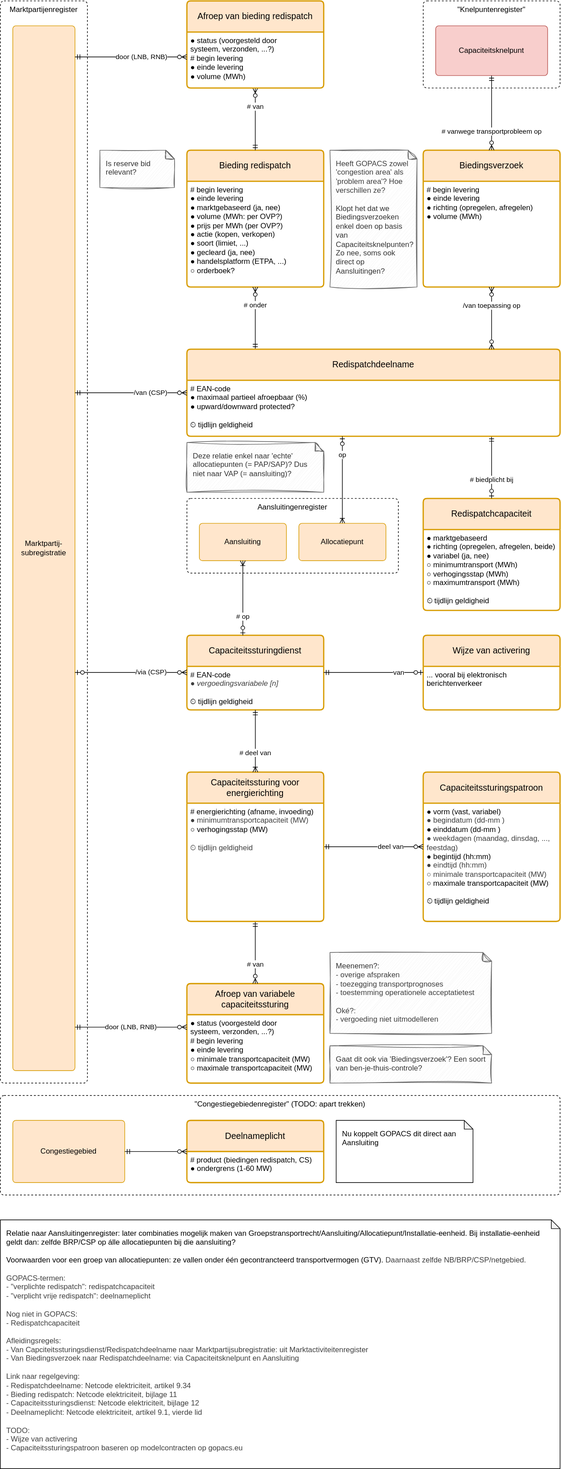
Above: registers/congestiebeheersdienstenregister/1.0/congestiebeheersdienstenregister.drawio.svg in Netbeheer-Nederland/stelsel (draw.io), before the change. Source tidied: cells renumbered, new cells last; positions are measured from the earlier drawing's top-left corner, leaving out a move shared by most shapes.
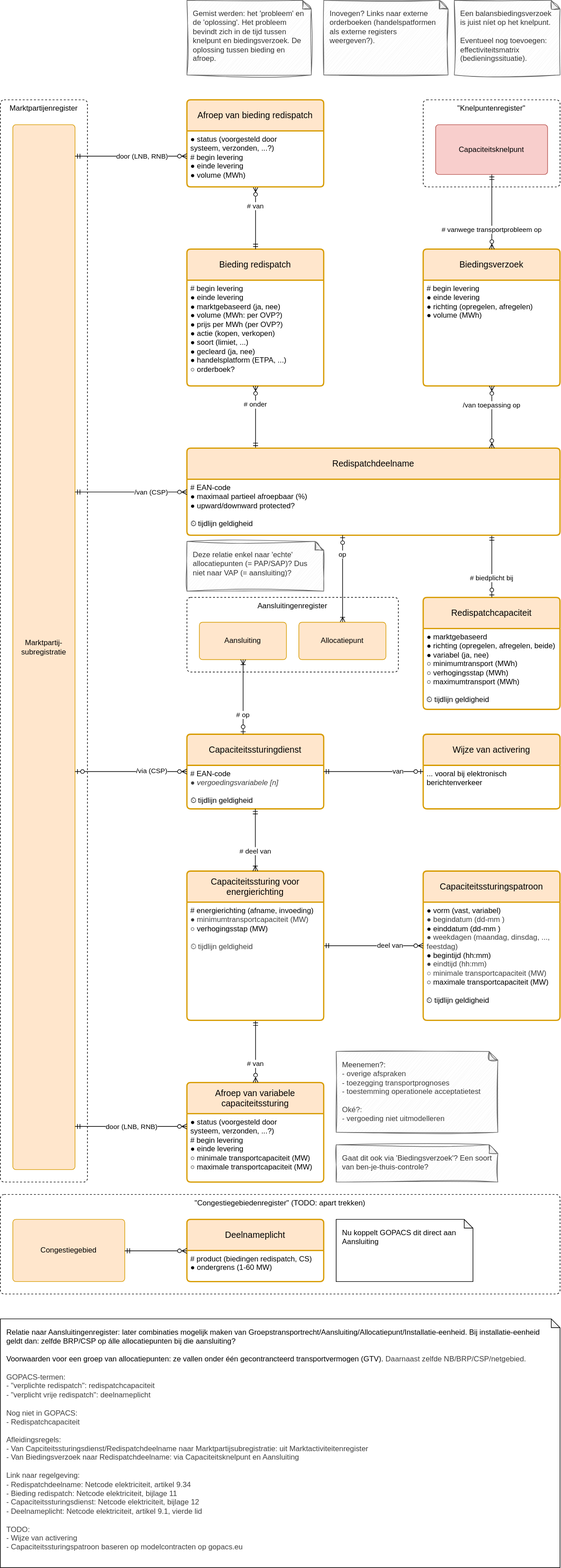
Above is the later version.

Commit message:
na overleg met redispatch-groep

Diff of the diagram source:
```diff
@@ -135,12 +135,9 @@
     <mxCell id="42" value="/van toepassing op" style="endArrow=ERzeroToMany;html=1;rounded=0;fontFamily=Helvetica;fontSize=11;startSize=6;endSize=6;sourcePerimeterSpacing=0;targetPerimeterSpacing=0;endFill=0;startArrow=ERzeroToMany;startFill=0;edgeStyle=elbowEdgeStyle;align=center;" parent="1" edge="1" source="28" target="15">
       <mxGeometry x="-0.4" relative="1" as="geometry" />
     </mxCell>
-    <mxCell id="43" value="&lt;div&gt;&lt;span style=&quot;color: rgb(63, 63, 63);&quot;&gt;Heeft GOPACS zowel 'congestion area' als 'problem area'? Hoe verschillen ze?&lt;/span&gt;&lt;span style=&quot;background-color: transparent;&quot;&gt;&lt;/span&gt;&lt;/div&gt;&lt;div&gt;&lt;span style=&quot;background-color: transparent;&quot;&gt;&lt;br&gt;&lt;/span&gt;&lt;/div&gt;&lt;div&gt;&lt;span style=&quot;background-color: transparent;&quot;&gt;Klopt het dat we Biedingsverzoeken enkel doen op basis van Capaciteitsknelpunten? Zo nee, soms ook direct op Aansluitingen?&lt;/span&gt;&lt;/div&gt;" style="shape=note;whiteSpace=wrap;html=1;backgroundOutline=1;darkOpacity=0.05;size=14;align=left;verticalAlign=top;spacing=10;sketch=1;curveFitting=1;jiggle=2;fillColor=#f5f5f5;fontColor=#333333;strokeColor=#666666;" parent="1" vertex="1">
-      <mxGeometry x="530" y="240" width="140" height="220" as="geometry" />
+    <mxCell id="43" value="&lt;div&gt;Een balansbiedingsverzoek is juist níet op het knelpunt.&lt;/div&gt;&lt;div&gt;&lt;br&gt;&lt;/div&gt;&lt;div&gt;Eventueel nog toevoegen: effectiviteitsmatrix (bedieningssituatie).&lt;/div&gt;" style="shape=note;whiteSpace=wrap;html=1;backgroundOutline=1;darkOpacity=0.05;size=14;align=left;verticalAlign=top;spacing=10;sketch=1;curveFitting=1;jiggle=2;fillColor=#f5f5f5;fontColor=#333333;strokeColor=#666666;" parent="1" vertex="1">
+      <mxGeometry x="730" y="-160" width="170" height="120" as="geometry" />
     </mxCell>
-    <mxCell id="44" value="Is &lt;a href=&quot;https://eepublicdownloads.entsoe.eu/clean-documents/EDI/Library/cim_based/schema/Reserve_bid_document_UML_model_and_schema_v1.2.pdf&quot;&gt;reserve bid&lt;/a&gt; relevant?" style="shape=note;whiteSpace=wrap;html=1;backgroundOutline=1;darkOpacity=0.05;size=14;align=left;verticalAlign=top;spacing=10;sketch=1;curveFitting=1;jiggle=2;fillColor=#f5f5f5;fontColor=#333333;strokeColor=#666666;" parent="1" vertex="1">
-      <mxGeometry x="160" y="240" width="120" height="60" as="geometry" />
-    </mxCell>
     <mxCell id="45" value="Allocatiepunt" style="rounded=1;arcSize=10;whiteSpace=wrap;html=1;align=center;hachureGap=4;fontFamily=Helvetica;fillColor=#ffe6cc;strokeColor=#d79b00;absoluteArcSize=1;spacing=10;" parent="1" vertex="1">
       <mxGeometry x="480" y="840" width="140" height="60" as="geometry" />
     </mxCell>
@@ -163,7 +160,7 @@
       <mxGeometry x="540" y="1800" width="220" height="100" as="geometry" />
     </mxCell>
     <mxCell id="52" value="&lt;div&gt;Gaat dit ook via 'Biedingsverzoek'? Een soort van ben-je-thuis-controle?&lt;/div&gt;" style="shape=note;whiteSpace=wrap;html=1;backgroundOutline=1;darkOpacity=0.05;size=14;align=left;verticalAlign=top;spacing=10;sketch=1;curveFitting=1;jiggle=2;fillColor=#f5f5f5;fontColor=#333333;strokeColor=#666666;" parent="1" vertex="1">
-      <mxGeometry x="530" y="1680" width="260" height="60" as="geometry" />
+      <mxGeometry x="540" y="1680" width="260" height="60" as="geometry" />
     </mxCell>
     <mxCell id="53" value="&lt;div&gt;Deze relatie enkel naar 'echte' allocatiepunten (= PAP/SAP)? Dus niet naar VAP (= aansluiting)?&lt;/div&gt;" style="shape=note;whiteSpace=wrap;html=1;backgroundOutline=1;darkOpacity=0.05;size=14;align=left;verticalAlign=top;spacing=10;sketch=1;curveFitting=1;jiggle=2;fillColor=#f5f5f5;fontColor=#333333;strokeColor=#666666;" parent="1" vertex="1">
       <mxGeometry x="300" y="710" width="220" height="80" as="geometry" />
@@ -172,7 +169,13 @@
       <mxGeometry x="-0.62" relative="1" as="geometry" />
     </mxCell>
     <mxCell id="55" value="&lt;div&gt;Meenemen?:&lt;/div&gt;&lt;div&gt;&lt;span style=&quot;color: rgb(63, 63, 63); background-color: transparent;&quot;&gt;- overige afspraken&lt;/span&gt;&lt;/div&gt;&lt;div&gt;&lt;span style=&quot;color: rgb(63, 63, 63); background-color: transparent;&quot;&gt;- toezegging transportprognoses&lt;/span&gt;&lt;/div&gt;&lt;div&gt;&lt;span style=&quot;color: rgb(63, 63, 63); background-color: transparent;&quot;&gt;- toestemming operationele acceptatietest&lt;/span&gt;&lt;/div&gt;&lt;div&gt;&lt;span style=&quot;color: rgb(63, 63, 63); background-color: transparent;&quot;&gt;&lt;br&gt;&lt;/span&gt;&lt;/div&gt;&lt;div&gt;&lt;span style=&quot;color: rgb(63, 63, 63); background-color: transparent;&quot;&gt;Oké?:&lt;/span&gt;&lt;/div&gt;&lt;div&gt;&lt;span style=&quot;color: rgb(63, 63, 63); background-color: transparent;&quot;&gt;- vergoeding niet uitmodelleren&lt;/span&gt;&lt;/div&gt;" style="shape=note;whiteSpace=wrap;html=1;backgroundOutline=1;darkOpacity=0.05;size=14;align=left;verticalAlign=top;spacing=10;sketch=1;curveFitting=1;jiggle=2;fillColor=#f5f5f5;fontColor=#333333;strokeColor=#666666;" parent="1" vertex="1">
-      <mxGeometry x="530" y="1530" width="260" height="130" as="geometry" />
+      <mxGeometry x="540" y="1530" width="260" height="130" as="geometry" />
     </mxCell>
+    <mxCell id="56" value="Gemist werden: het 'probleem' en de 'oplossing'. Het probleem bevindt zich in de tijd tussen knelpunt en biedingsverzoek. De oplossing tussen bieding en afroep." style="shape=note;whiteSpace=wrap;html=1;backgroundOutline=1;darkOpacity=0.05;size=14;align=left;verticalAlign=top;spacing=10;sketch=1;curveFitting=1;jiggle=2;fillColor=#f5f5f5;fontColor=#333333;strokeColor=#666666;" parent="1" vertex="1">
+      <mxGeometry x="300" y="-160" width="200" height="120" as="geometry" />
+    </mxCell>
+    <mxCell id="57" value="Inovegen? Links naar externe orderboeken (handelspatformen als externe registers weergeven?)." style="shape=note;whiteSpace=wrap;html=1;backgroundOutline=1;darkOpacity=0.05;size=14;align=left;verticalAlign=top;spacing=10;sketch=1;curveFitting=1;jiggle=2;fillColor=#f5f5f5;fontColor=#333333;strokeColor=#666666;" parent="1" vertex="1">
+      <mxGeometry x="520" y="-160" width="200" height="120" as="geometry" />
+    </mxCell>
   </root>
 </mxGraphModel>
```
